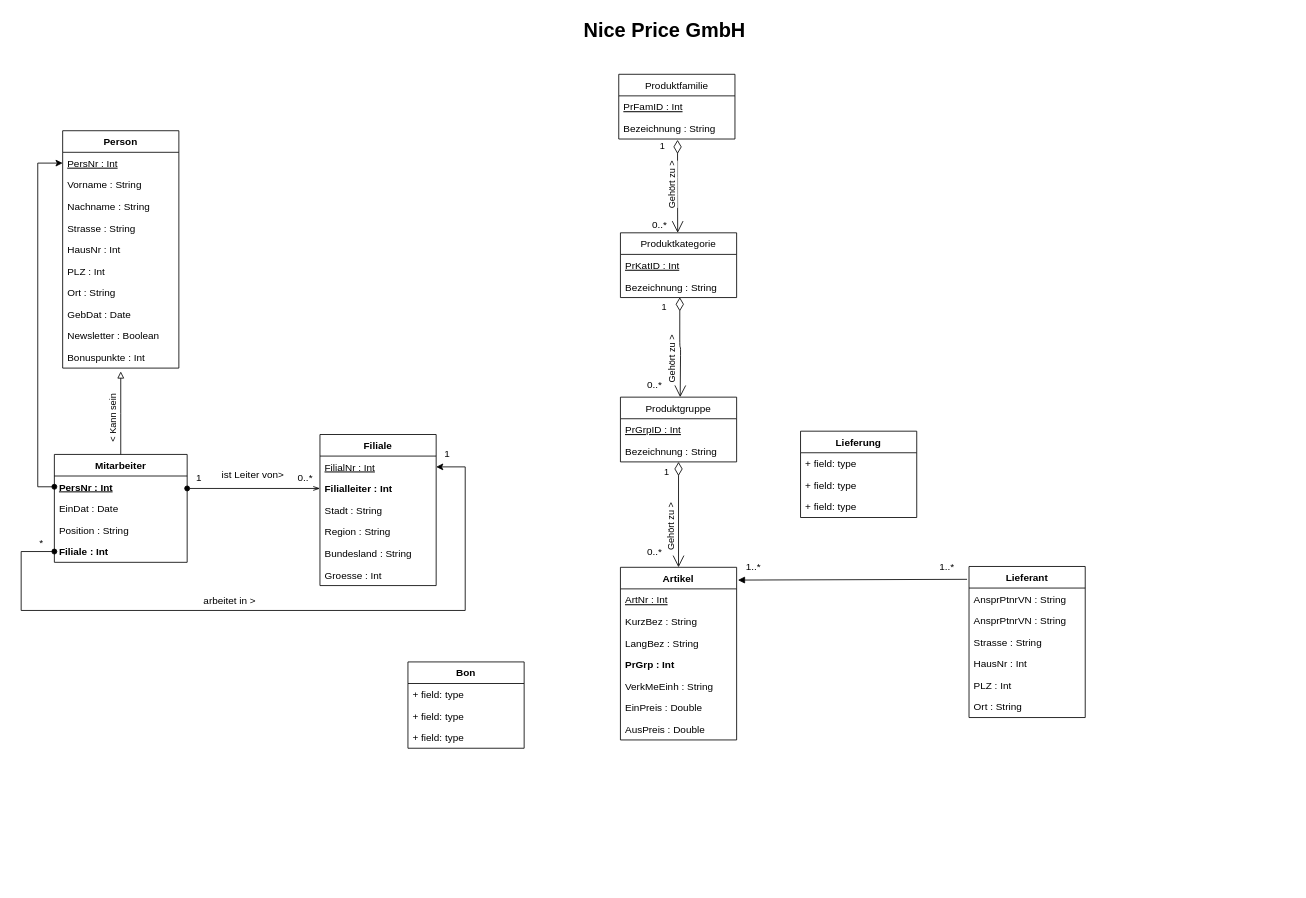
The draw.io diagram NicePriceUML.drawio in Resteklicken/DBS, before the edit. Source tidied: cells renumbered, new cells numbered last; positions are measured from the earlier drawing's top-left corner, leaving out a move shared by most shapes. Both pictures are drawn from the tidied source at 83%, with x=0, y=0 at pixel (21, 14).
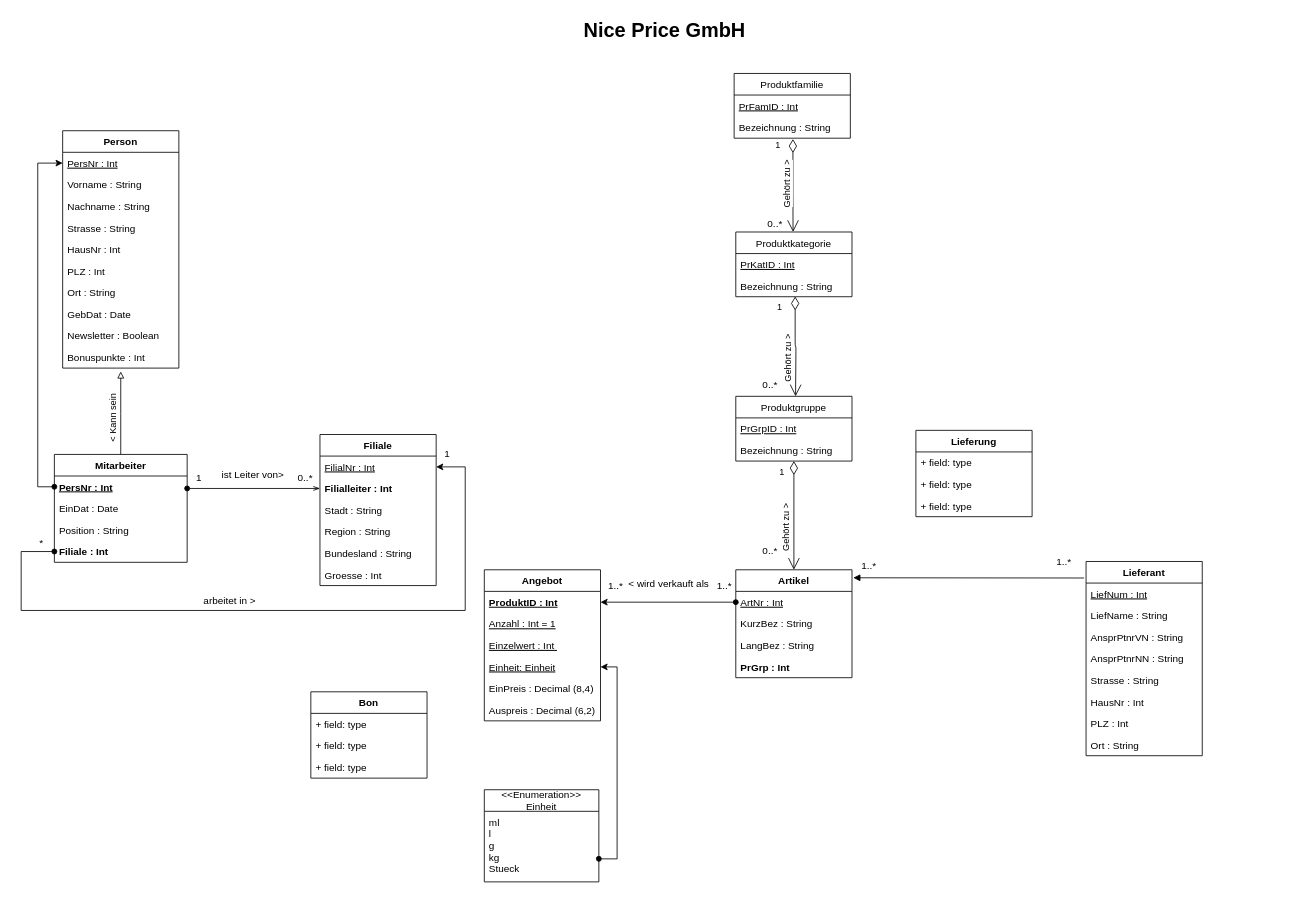
After the change.

The change refers to these unchanged cells:
```xml
<mxCell id="29" value="ArtNr : Int" style="text;strokeColor=none;fillColor=none;align=left;verticalAlign=top;spacingLeft=4;spacingRight=4;overflow=hidden;points=[[0,0.5],[1,0.5]];portConstraint=eastwest;fontStyle=4;" parent="28" vertex="1">
  <mxGeometry y="26" width="140" height="26" as="geometry" />
</mxCell>
```

Change to the diagram source:
```diff
@@
     <mxCell id="28" value="Artikel" style="swimlane;fontStyle=1;horizontal=1;startSize=26;fillColor=none;" parent="1" vertex="1">
-      <mxGeometry x="722" y="666" width="140" height="208" as="geometry" />
+      <mxGeometry x="861" y="669" width="140" height="130" as="geometry" />
     </mxCell>
@@
-    <mxCell id="33" value="VerkMeEinh : String" style="text;strokeColor=none;fillColor=none;align=left;verticalAlign=top;spacingLeft=4;spacingRight=4;overflow=hidden;fontStyle=0;" parent="28" vertex="1">
-      <mxGeometry y="130" width="140" height="26" as="geometry" />
-    </mxCell>
-    <mxCell id="34" value="EinPreis : Double" style="text;strokeColor=none;fillColor=none;align=left;verticalAlign=top;spacingLeft=4;spacingRight=4;overflow=hidden;fontStyle=0;" parent="28" vertex="1">
-      <mxGeometry y="156" width="140" height="26" as="geometry" />
-    </mxCell>
-    <mxCell id="35" value="AusPreis : Double" style="text;strokeColor=none;fillColor=none;align=left;verticalAlign=top;spacingLeft=4;spacingRight=4;overflow=hidden;fontStyle=0;" parent="28" vertex="1">
-      <mxGeometry y="182" width="140" height="26" as="geometry" />
-    </mxCell>
@@
     <mxCell id="41" value="Produktfamilie" style="swimlane;fontStyle=0;horizontal=1;startSize=26;fillColor=none;" parent="1" vertex="1">
-      <mxGeometry x="720" y="72" width="140" height="78" as="geometry" />
+      <mxGeometry x="859" y="71" width="140" height="78" as="geometry" />
     </mxCell>
@@
     <mxCell id="46" value="Produktgruppe" style="swimlane;fontStyle=0;horizontal=1;startSize=26;fillColor=none;" parent="1" vertex="1">
-      <mxGeometry x="722" y="461" width="140" height="78" as="geometry" />
+      <mxGeometry x="861" y="460" width="140" height="78" as="geometry" />
     </mxCell>
@@
     <mxCell id="49" value="Produktkategorie" style="swimlane;fontStyle=0;horizontal=1;startSize=26;fillColor=none;" parent="1" vertex="1">
-      <mxGeometry x="722" y="263" width="140" height="78" as="geometry" />
+      <mxGeometry x="861" y="262" width="140" height="78" as="geometry" />
     </mxCell>
@@
     <mxCell id="54" value="0..*" style="text;html=1;align=center;verticalAlign=middle;fillColor=none;strokeColor=none;rounded=0;" parent="1" vertex="1">
-      <mxGeometry x="755" y="245" width="28" height="18" as="geometry" />
+      <mxGeometry x="894" y="244" width="28" height="18" as="geometry" />
     </mxCell>
     <mxCell id="55" value="0..*" style="text;html=1;align=center;verticalAlign=middle;fillColor=none;strokeColor=none;rounded=0;" parent="1" vertex="1">
-      <mxGeometry x="749" y="438" width="28" height="18" as="geometry" />
+      <mxGeometry x="888" y="437" width="28" height="18" as="geometry" />
     </mxCell>
     <mxCell id="56" value="0..*" style="text;html=1;align=center;verticalAlign=middle;fillColor=none;strokeColor=none;rounded=0;" parent="1" vertex="1">
-      <mxGeometry x="749" y="639" width="28" height="18" as="geometry" />
+      <mxGeometry x="888" y="638" width="28" height="18" as="geometry" />
     </mxCell>
@@
     <mxCell id="59" value="Lieferant" style="swimlane;fontStyle=1;horizontal=1;startSize=26;fillColor=none;" parent="1" vertex="1">
-      <mxGeometry x="1142" y="665" width="140" height="182" as="geometry" />
+      <mxGeometry x="1283" y="659" width="140" height="234" as="geometry" />
     </mxCell>
+    <mxCell id="81" value="LiefNum : Int" style="text;strokeColor=none;fillColor=none;align=left;verticalAlign=top;spacingLeft=4;spacingRight=4;overflow=hidden;fontStyle=4;" parent="59" vertex="1">
+      <mxGeometry y="26" width="140" height="26" as="geometry" />
+    </mxCell>
+    <mxCell id="82" value="LiefName : String" style="text;strokeColor=none;fillColor=none;align=left;verticalAlign=top;spacingLeft=4;spacingRight=4;overflow=hidden;" parent="59" vertex="1">
+      <mxGeometry y="52" width="140" height="26" as="geometry" />
+    </mxCell>
     <mxCell id="60" value="AnsprPtnrVN : String" style="text;strokeColor=none;fillColor=none;align=left;verticalAlign=top;spacingLeft=4;spacingRight=4;overflow=hidden;" parent="59" vertex="1">
-      <mxGeometry y="26" width="140" height="26" as="geometry" />
+      <mxGeometry y="78" width="140" height="26" as="geometry" />
     </mxCell>
-    <mxCell id="61" value="AnsprPtnrVN : String" style="text;strokeColor=none;fillColor=none;align=left;verticalAlign=top;spacingLeft=4;spacingRight=4;overflow=hidden;" parent="59" vertex="1">
-      <mxGeometry y="52" width="140" height="26" as="geometry" />
+    <mxCell id="61" value="AnsprPtnrNN : String" style="text;strokeColor=none;fillColor=none;align=left;verticalAlign=top;spacingLeft=4;spacingRight=4;overflow=hidden;" parent="59" vertex="1">
+      <mxGeometry y="104" width="140" height="26" as="geometry" />
     </mxCell>
     <mxCell id="62" value="Strasse : String" style="text;strokeColor=none;fillColor=none;align=left;verticalAlign=top;spacingLeft=4;spacingRight=4;overflow=hidden;" parent="59" vertex="1">
-      <mxGeometry y="78" width="140" height="26" as="geometry" />
+      <mxGeometry y="130" width="140" height="26" as="geometry" />
     </mxCell>
     <mxCell id="63" value="HausNr : Int" style="text;strokeColor=none;fillColor=none;align=left;verticalAlign=top;spacingLeft=4;spacingRight=4;overflow=hidden;" parent="59" vertex="1">
-      <mxGeometry y="104" width="140" height="26" as="geometry" />
+      <mxGeometry y="156" width="140" height="26" as="geometry" />
     </mxCell>
     <mxCell id="64" value="PLZ : Int" style="text;strokeColor=none;fillColor=none;align=left;verticalAlign=top;spacingLeft=4;spacingRight=4;overflow=hidden;" parent="59" vertex="1">
-      <mxGeometry y="130" width="140" height="26" as="geometry" />
+      <mxGeometry y="182" width="140" height="26" as="geometry" />
     </mxCell>
     <mxCell id="65" value="Ort : String" style="text;strokeColor=none;fillColor=none;align=left;verticalAlign=top;spacingLeft=4;spacingRight=4;overflow=hidden;" parent="59" vertex="1">
-      <mxGeometry y="156" width="140" height="26" as="geometry" />
+      <mxGeometry y="208" width="140" height="26" as="geometry" />
     </mxCell>
     <mxCell id="66" value="Bon" style="swimlane;fontStyle=1;horizontal=1;startSize=26;fillColor=none;" parent="1" vertex="1">
-      <mxGeometry x="466" y="780" width="140" height="104" as="geometry" />
+      <mxGeometry x="349" y="816" width="140" height="104" as="geometry" />
     </mxCell>
@@
     <mxCell id="71" value="1..*" style="text;html=1;align=center;verticalAlign=middle;fillColor=none;strokeColor=none;rounded=0;" parent="1" vertex="1">
-      <mxGeometry x="1101" y="657" width="28" height="18" as="geometry" />
+      <mxGeometry x="1242" y="651" width="28" height="18" as="geometry" />
     </mxCell>
     <mxCell id="72" value="1..*" style="text;html=1;align=center;verticalAlign=middle;" parent="1" vertex="1">
-      <mxGeometry x="868" y="657" width="28" height="18" as="geometry" />
+      <mxGeometry x="1007" y="656" width="28" height="18" as="geometry" />
     </mxCell>
     <mxCell id="73" value="Lieferung" style="swimlane;fontStyle=1;horizontal=1;startSize=26;fillColor=none;" parent="1" vertex="1">
-      <mxGeometry x="939" y="502" width="140" height="104" as="geometry" />
+      <mxGeometry x="1078" y="501" width="140" height="104" as="geometry" />
     </mxCell>
@@
+    <mxCell id="83" value="Angebot" style="swimlane;fontStyle=1;horizontal=1;startSize=26;fillColor=none;" parent="1" vertex="1">
+      <mxGeometry x="558" y="669" width="140" height="182" as="geometry" />
+    </mxCell>
+    <mxCell id="84" value="ProduktID : Int" style="text;strokeColor=none;fillColor=none;align=left;verticalAlign=top;spacingLeft=4;spacingRight=4;overflow=hidden;points=[[0,0.5],[1,0.5]];portConstraint=eastwest;fontStyle=5;" parent="83" vertex="1">
+      <mxGeometry y="26" width="140" height="26" as="geometry" />
+    </mxCell>
+    <mxCell id="85" value="Anzahl : Int = 1" style="text;strokeColor=none;fillColor=none;align=left;verticalAlign=top;spacingLeft=4;spacingRight=4;overflow=hidden;fontStyle=4;" parent="83" vertex="1">
+      <mxGeometry y="52" width="140" height="26" as="geometry" />
+    </mxCell>
+    <mxCell id="86" value="Einzelwert : Int " style="text;strokeColor=none;fillColor=none;align=left;verticalAlign=top;spacingLeft=4;spacingRight=4;overflow=hidden;fontStyle=4;" parent="83" vertex="1">
+      <mxGeometry y="78" width="140" height="26" as="geometry" />
+    </mxCell>
+    <mxCell id="87" value="Einheit: Einheit" style="text;strokeColor=none;fillColor=none;align=left;verticalAlign=top;spacingLeft=4;spacingRight=4;overflow=hidden;points=[[0,0.5],[1,0.5]];portConstraint=eastwest;fontStyle=4;" parent="83" vertex="1">
+      <mxGeometry y="104" width="140" height="26" as="geometry" />
+    </mxCell>
+    <mxCell id="88" value="EinPreis : Decimal (8,4)" style="text;strokeColor=none;fillColor=none;align=left;verticalAlign=top;spacingLeft=4;spacingRight=4;overflow=hidden;" parent="83" vertex="1">
+      <mxGeometry y="130" width="140" height="26" as="geometry" />
+    </mxCell>
+    <mxCell id="89" value="Auspreis : Decimal (6,2)" style="text;strokeColor=none;fillColor=none;align=left;verticalAlign=top;spacingLeft=4;spacingRight=4;overflow=hidden;" parent="83" vertex="1">
+      <mxGeometry y="156" width="140" height="26" as="geometry" />
+    </mxCell>
+    <mxCell id="90" style="edgeStyle=orthogonalEdgeStyle;rounded=0;jettySize=auto;html=1;exitX=0;exitY=0.5;exitDx=0;exitDy=0;entryX=1;entryY=0.5;entryDx=0;entryDy=0;startArrow=oval;startFill=1;" parent="1" edge="1" source="29" target="84">
+      <mxGeometry relative="1" as="geometry" />
+    </mxCell>
+    <mxCell id="91" value="&amp;lt; wird verkauft als" style="text;html=1;align=center;verticalAlign=middle;" parent="1" vertex="1">
+      <mxGeometry x="726" y="677" width="107" height="18" as="geometry" />
+    </mxCell>
+    <mxCell id="92" value="1..*" style="text;html=1;align=center;verticalAlign=middle;" parent="1" vertex="1">
+      <mxGeometry x="833" y="680" width="28" height="18" as="geometry" />
+    </mxCell>
+    <mxCell id="93" value="1..*" style="text;html=1;align=center;verticalAlign=middle;" parent="1" vertex="1">
+      <mxGeometry x="702" y="680" width="28" height="18" as="geometry" />
+    </mxCell>
+    <mxCell id="94" style="edgeStyle=orthogonalEdgeStyle;rounded=0;jettySize=auto;html=1;exitX=1;exitY=0.75;exitDx=0;exitDy=0;entryX=1;entryY=0.5;entryDx=0;entryDy=0;startArrow=oval;startFill=1;" parent="1" edge="1" source="95" target="87">
+      <mxGeometry relative="1" as="geometry" />
+    </mxCell>
+    <mxCell id="95" value="&lt;&lt;Enumeration&gt;&gt;&#10;Einheit" style="swimlane;fontStyle=0;horizontal=1;startSize=26;fillColor=none;" parent="1" vertex="1">
+      <mxGeometry x="558" y="934" width="138" height="111" as="geometry" />
+    </mxCell>
+    <mxCell id="96" value="ml&#10;l&#10;g&#10;kg&#10;Stueck" style="text;strokeColor=none;fillColor=none;align=left;verticalAlign=top;spacingLeft=4;spacingRight=4;overflow=hidden;" parent="95" vertex="1">
+      <mxGeometry y="26" width="138" height="85" as="geometry" />
+    </mxCell>
```
